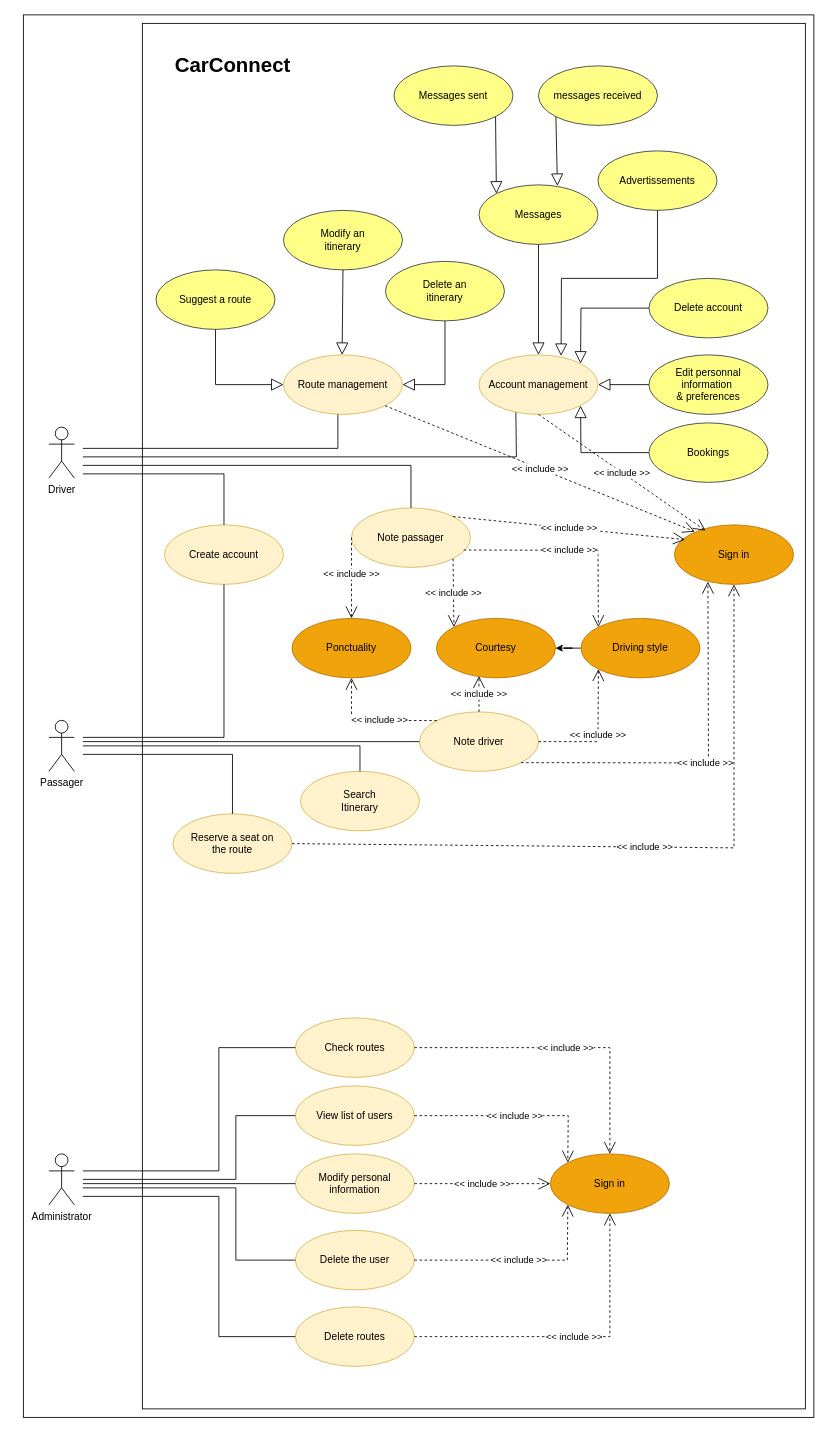
The draw.io diagram uml/DiagrammeUtilisation.drawio in Mathieu-Maillot/projetFileRouge, before the edit. Source tidied: cells renumbered, new cells numbered last; positions are measured from the earlier drawing's top-left corner, leaving out a move shared by most shapes. Both pictures are drawn from the tidied source at 85%, with x=0, y=0 at pixel (23, 14).
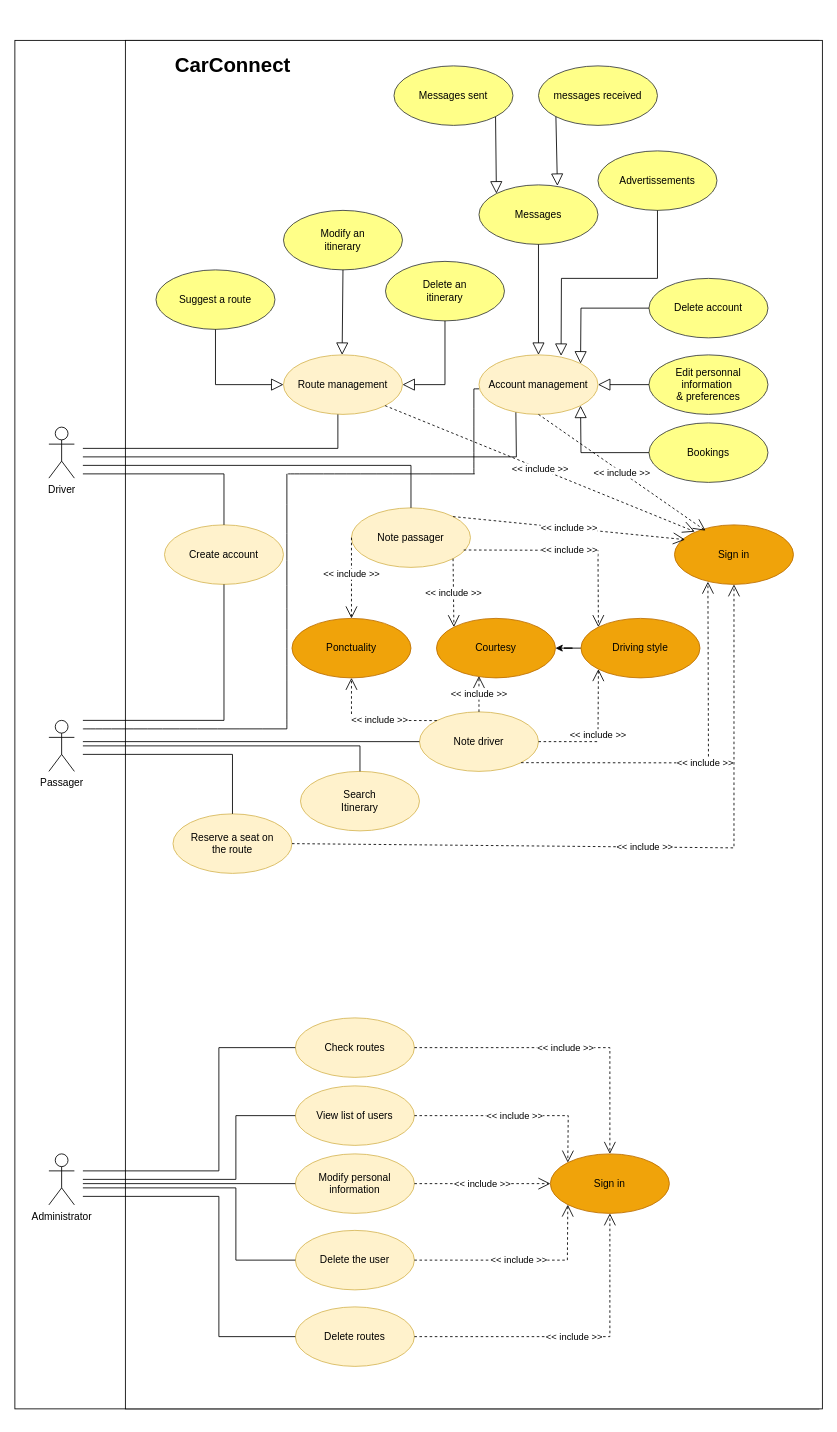
After the change.

Commit message:
Mise à jour du DiagrammeUtilisation.drawio

The change refers to these unchanged cells:
```xml
<mxCell id="4" value="Create account" style="ellipse;whiteSpace=wrap;html=1;fillColor=#fff2cc;strokeColor=#d6b656;" parent="1" vertex="1">
  <mxGeometry x="166" y="600" width="140" height="70" as="geometry" />
</mxCell>
<mxCell id="5" value="Account management" style="ellipse;whiteSpace=wrap;html=1;fillColor=#fff2cc;strokeColor=#d6b656;" parent="1" vertex="1">
  <mxGeometry x="536" y="400" width="140" height="70" as="geometry" />
</mxCell>
```

The edit, as a diff of the source:
```diff
@@
-    <mxCell id="2" style="rounded=0;whiteSpace=wrap;html=1;" parent="1" vertex="1">
-      <mxGeometry width="930" height="1650" as="geometry" />
-    </mxCell>
-    <mxCell id="3" style="rounded=0;whiteSpace=wrap;html=1;" parent="1" vertex="1">
-      <mxGeometry x="140" y="10" width="780" height="1630" as="geometry" />
-    </mxCell>
+    <mxCell id="75" style="rounded=0;whiteSpace=wrap;html=1;" parent="1" vertex="1">
+      <mxGeometry x="-10" y="30" width="946" height="1610" as="geometry" />
+    </mxCell>
+    <mxCell id="76" style="rounded=0;whiteSpace=wrap;html=1;" parent="1" vertex="1">
+      <mxGeometry x="120" y="30" width="820" height="1610" as="geometry" />
+    </mxCell>
@@
     <mxCell id="50" style="endArrow=none;html=1;rounded=0;entryX=0.5;entryY=1;entryDx=0;entryDy=0;" parent="1" edge="1" target="4">
       <mxGeometry relative="1" as="geometry">
-        <mxPoint x="70" y="850" as="sourcePoint" />
+        <mxPoint x="70" y="830" as="sourcePoint" />
         <Array as="points">
-          <mxPoint x="236" y="850" />
+          <mxPoint x="236" y="830" />
         </Array>
       </mxGeometry>
     </mxCell>
@@
+    <mxCell id="77" style="group;" parent="1" vertex="1">
+      <mxGeometry x="70" y="440" width="460" height="400" as="geometry" />
+    </mxCell>
+    <mxCell id="78" style="endArrow=none;html=1;rounded=0;fontSize=12;startSize=8;endSize=8;curved=1;" parent="77" edge="1">
+      <mxGeometry relative="1" as="geometry">
+        <mxPoint y="400" as="sourcePoint" />
+        <mxPoint x="240" y="400" as="targetPoint" />
+      </mxGeometry>
+    </mxCell>
+    <mxCell id="79" style="endArrow=none;html=1;rounded=0;fontSize=12;startSize=8;endSize=8;curved=1;" parent="77" edge="1">
+      <mxGeometry relative="1" as="geometry">
+        <mxPoint x="240" y="400" as="sourcePoint" />
+        <mxPoint x="240" y="100" as="targetPoint" />
+      </mxGeometry>
+    </mxCell>
+    <mxCell id="80" style="endArrow=none;html=1;rounded=0;fontSize=12;startSize=8;endSize=8;curved=1;" parent="77" edge="1">
+      <mxGeometry relative="1" as="geometry">
+        <mxPoint x="241" y="100" as="sourcePoint" />
+        <mxPoint x="461" y="100" as="targetPoint" />
+      </mxGeometry>
+    </mxCell>
+    <mxCell id="81" style="endArrow=none;html=1;rounded=0;fontSize=12;startSize=8;endSize=8;curved=1;" parent="77" edge="1">
+      <mxGeometry relative="1" as="geometry">
+        <mxPoint x="460" y="100" as="sourcePoint" />
+        <mxPoint x="460" as="targetPoint" />
+      </mxGeometry>
+    </mxCell>
+    <mxCell id="82" style="endArrow=none;html=1;rounded=0;fontSize=12;startSize=8;endSize=8;curved=1;entryX=0.001;entryY=0.571;entryDx=0;entryDy=0;entryPerimeter=0;" parent="77" edge="1" target="5">
+      <mxGeometry relative="1" as="geometry">
+        <mxPoint x="460" as="sourcePoint" />
+      </mxGeometry>
+    </mxCell>
```
